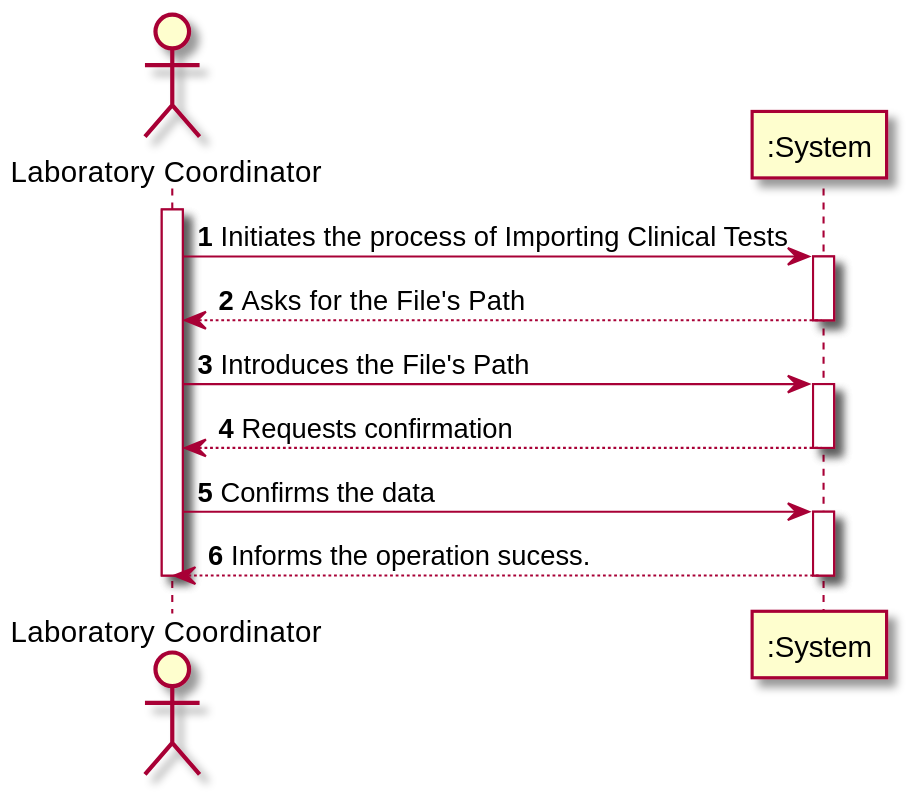
This is docs/SprintD/US17/US17_SSD.svg from manu-07-ela/LAPR2_ISEP, a PlantUML export, as it was before one commit.
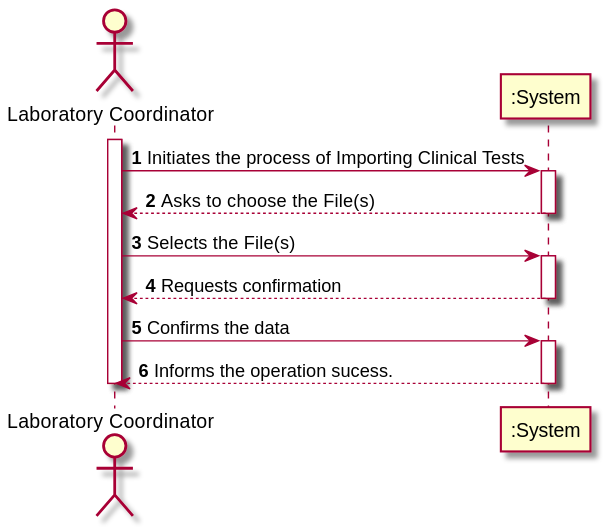
Later version of the same file.

The edit, as a diff of the source:
```diff
@@ -6,10 +6,10 @@
 LabCod -> ":System" : Initiates the process of Importing Clinical Tests
 activate ":System"
 
-":System" --> LabCod : Asks for the File's Path
+":System" --> LabCod : Asks to choose the File(s)
 deactivate ":System"
 
-LabCod -> ":System" : Introduces the File's Path
+LabCod -> ":System" : Selects the File(s)
 activate ":System"
 
 ":System" --> LabCod : Requests confirmation
```
